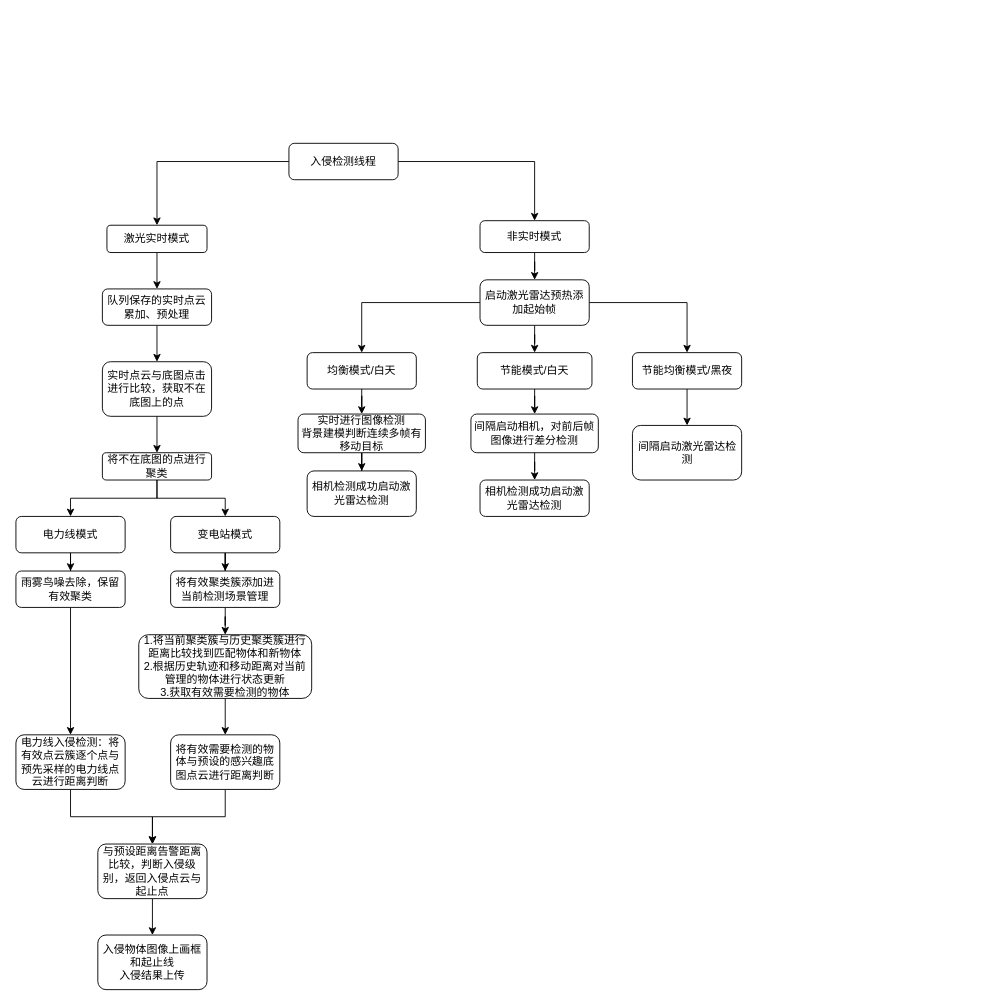
Before: 未命名绘图.drawio in yuxin-xiong/GitLearn, a draw.io diagram. Source tidied: cells renumbered, new cells numbered last; positions are measured from the earlier drawing's top-left corner, leaving out a move shared by most shapes. Both pictures are drawn from the tidied source at 91%, with x=0, y=0 at pixel (15, 143).
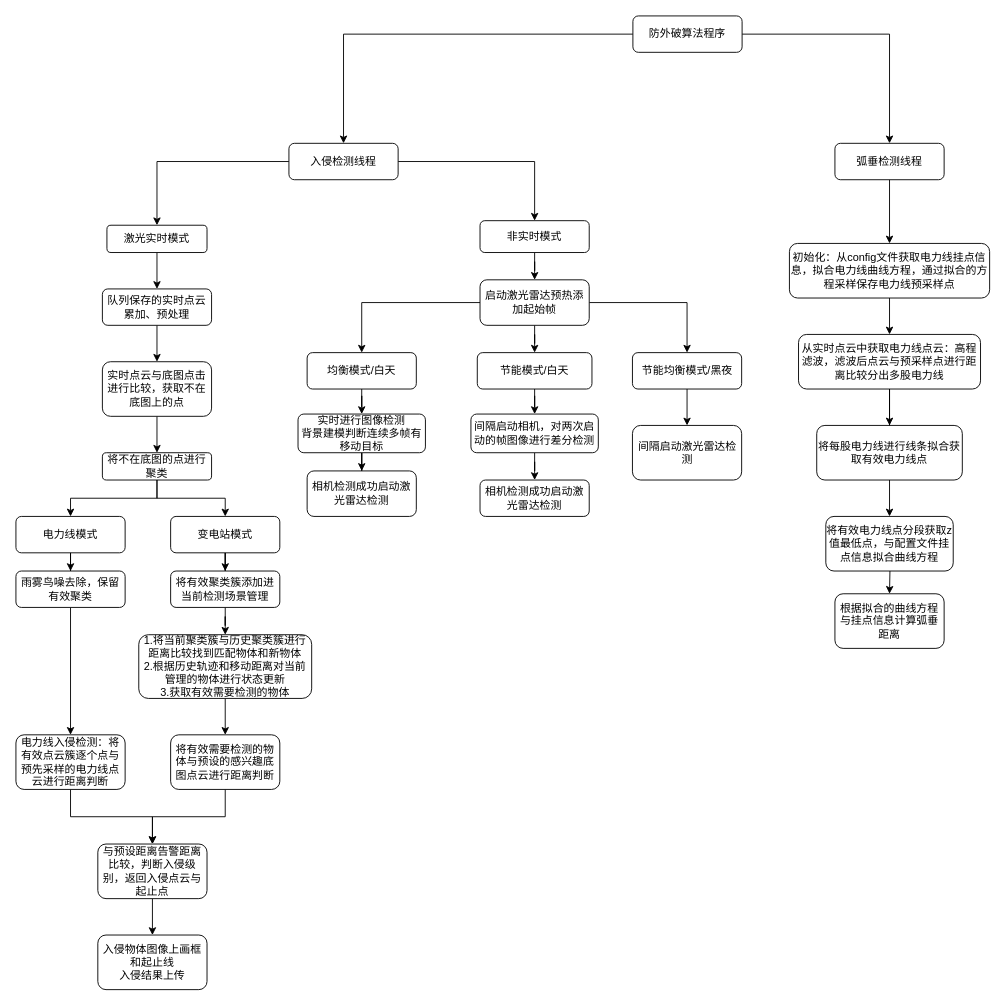
The same diagram, later.

Commit message:
更新未命名绘图.drawio

The change refers to these unchanged cells:
```xml
<mxCell id="4" value="入侵检测线程" style="rounded=1;whiteSpace=wrap;html=1;" parent="1" vertex="1">
  <mxGeometry x="300" width="120" height="40" as="geometry" />
</mxCell>
```

The edit, as a diff of the source:
```diff
@@
-    <mxCell id="46" value="间隔启动相机，对前后帧图像进行差分检测" style="whiteSpace=wrap;html=1;rounded=1;" parent="1" vertex="1">
+    <mxCell id="46" value="间隔启动相机，对两次启动的帧图像进行差分检测" style="whiteSpace=wrap;html=1;rounded=1;" parent="1" vertex="1">
       <mxGeometry x="500" y="297.5" width="140" height="42.5" as="geometry" />
     </mxCell>
@@
+    <mxCell id="51" style="edgeStyle=orthogonalEdgeStyle;rounded=0;jettySize=auto;html=1;exitX=0;exitY=0.5;exitDx=0;exitDy=0;entryX=0.5;entryY=0;entryDx=0;entryDy=0;" parent="1" edge="1" source="53" target="4">
+      <mxGeometry relative="1" as="geometry" />
+    </mxCell>
+    <mxCell id="52" style="edgeStyle=orthogonalEdgeStyle;rounded=0;jettySize=auto;html=1;exitX=1;exitY=0.5;exitDx=0;exitDy=0;entryX=0.5;entryY=0;entryDx=0;entryDy=0;" parent="1" edge="1" source="53" target="56">
+      <mxGeometry relative="1" as="geometry" />
+    </mxCell>
+    <mxCell id="53" value="防外破算法程序" style="rounded=1;whiteSpace=wrap;html=1;" parent="1" vertex="1">
+      <mxGeometry x="678" y="-140" width="120" height="40" as="geometry" />
+    </mxCell>
+    <mxCell id="54" style="edgeStyle=orthogonalEdgeStyle;rounded=0;orthogonalLoop=1;jettySize=auto;html=1;exitX=0.5;exitY=1;exitDx=0;exitDy=0;" parent="1" edge="1" source="53" target="53">
+      <mxGeometry relative="1" as="geometry" />
+    </mxCell>
+    <mxCell id="55" style="edgeStyle=orthogonalEdgeStyle;rounded=0;jettySize=auto;html=1;" parent="1" edge="1" source="56" target="58">
+      <mxGeometry relative="1" as="geometry" />
+    </mxCell>
+    <mxCell id="56" value="弧垂检测线程" style="rounded=1;whiteSpace=wrap;html=1;" parent="1" vertex="1">
+      <mxGeometry x="900" width="120" height="40" as="geometry" />
+    </mxCell>
+    <mxCell id="57" style="edgeStyle=orthogonalEdgeStyle;rounded=0;jettySize=auto;html=1;" parent="1" edge="1" source="58" target="62">
+      <mxGeometry relative="1" as="geometry" />
+    </mxCell>
+    <mxCell id="58" value="初始化：从config文件获取电力线挂点信息，拟合电力线曲线方程，通过拟合的方程采样保存电力线预采样点" style="whiteSpace=wrap;html=1;rounded=1;" parent="1" vertex="1">
+      <mxGeometry x="850" y="110" width="220" height="60" as="geometry" />
+    </mxCell>
+    <mxCell id="59" style="edgeStyle=orthogonalEdgeStyle;rounded=0;jettySize=auto;html=1;" parent="1" edge="1" source="62">
+      <mxGeometry relative="1" as="geometry">
+        <mxPoint x="960" y="340" as="targetPoint" />
+      </mxGeometry>
+    </mxCell>
+    <mxCell id="60" style="edgeStyle=orthogonalEdgeStyle;rounded=0;jettySize=auto;html=1;" parent="1" edge="1" source="62">
+      <mxGeometry relative="1" as="geometry">
+        <mxPoint x="960" y="340" as="targetPoint" />
+      </mxGeometry>
+    </mxCell>
+    <mxCell id="61" style="edgeStyle=orthogonalEdgeStyle;rounded=0;jettySize=auto;html=1;" parent="1" edge="1" source="62" target="67">
+      <mxGeometry relative="1" as="geometry" />
+    </mxCell>
+    <mxCell id="62" value="从实时点云中获取电力线点云：高程滤波，滤波后点云与预采样点进行距离比较分出多股电力线" style="whiteSpace=wrap;html=1;rounded=1;" parent="1" vertex="1">
+      <mxGeometry x="860" y="210" width="200" height="60" as="geometry" />
+    </mxCell>
+    <mxCell id="63" style="edgeStyle=orthogonalEdgeStyle;rounded=0;jettySize=auto;html=1;" parent="1" edge="1" target="64">
+      <mxGeometry relative="1" as="geometry">
+        <mxPoint x="960" y="440" as="sourcePoint" />
+      </mxGeometry>
+    </mxCell>
+    <mxCell id="64" value="根据拟合的曲线方程与挂点信息计算弧垂距离" style="whiteSpace=wrap;html=1;rounded=1;" parent="1" vertex="1">
+      <mxGeometry x="900" y="495" width="120" height="60" as="geometry" />
+    </mxCell>
+    <mxCell id="65" value="将有效电力线点分段获取z值最低点，与配置文件挂点信息拟合曲线方程" style="whiteSpace=wrap;html=1;rounded=1;" parent="1" vertex="1">
+      <mxGeometry x="890" y="410" width="140" height="60" as="geometry" />
+    </mxCell>
+    <mxCell id="66" style="edgeStyle=orthogonalEdgeStyle;rounded=0;jettySize=auto;html=1;exitX=0.5;exitY=1;exitDx=0;exitDy=0;entryX=0.5;entryY=0;entryDx=0;entryDy=0;" parent="1" edge="1" source="67" target="65">
+      <mxGeometry relative="1" as="geometry" />
+    </mxCell>
+    <mxCell id="67" value="将每股电力线进行线条拟合获取有效电力线点" style="whiteSpace=wrap;html=1;rounded=1;" parent="1" vertex="1">
+      <mxGeometry x="880" y="310" width="160" height="60" as="geometry" />
+    </mxCell>
```
